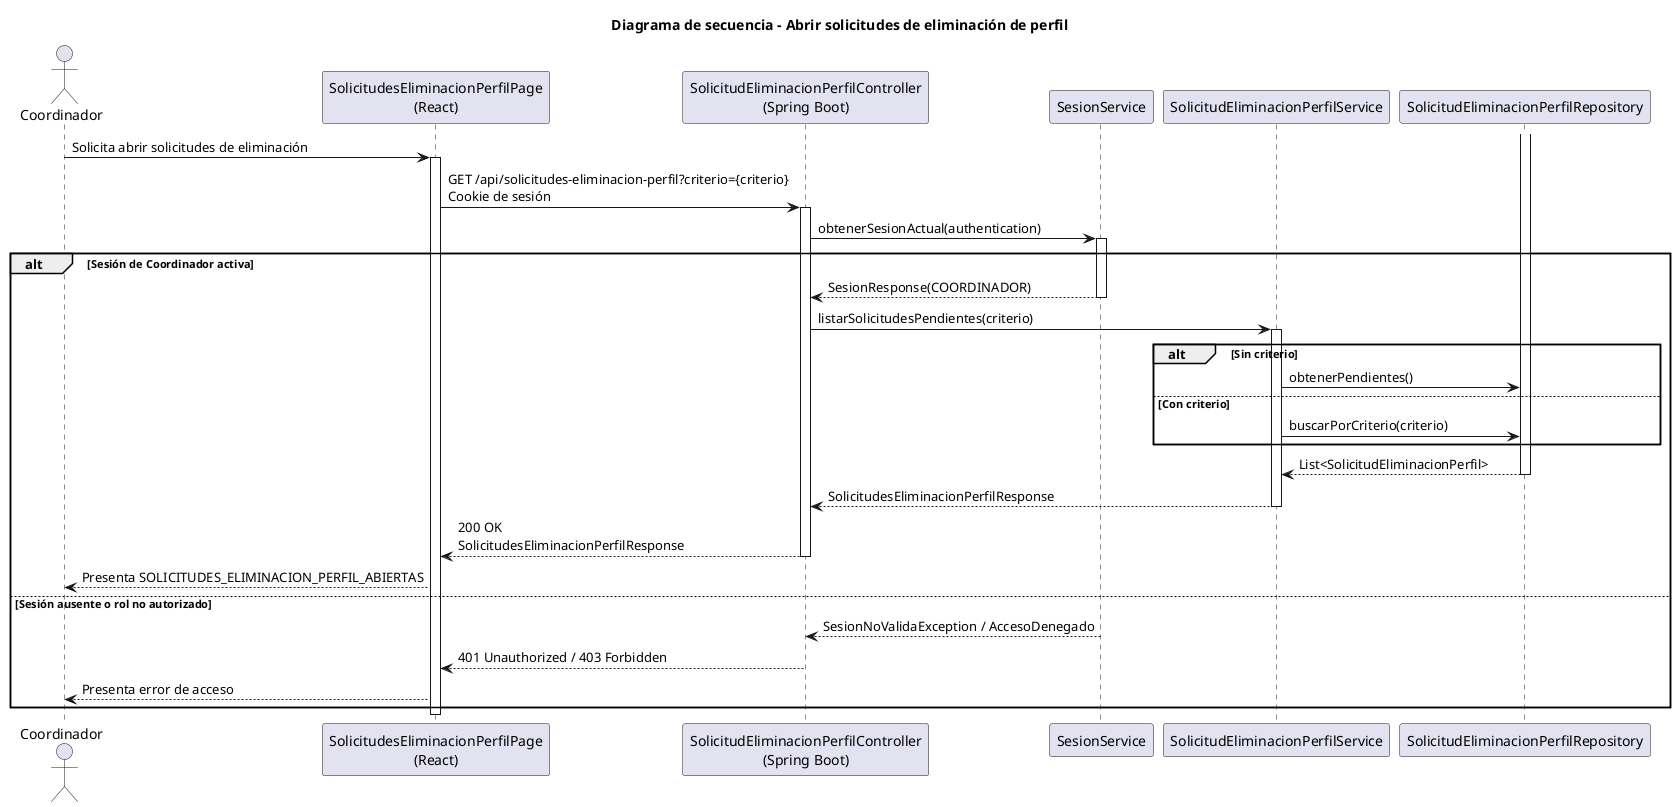
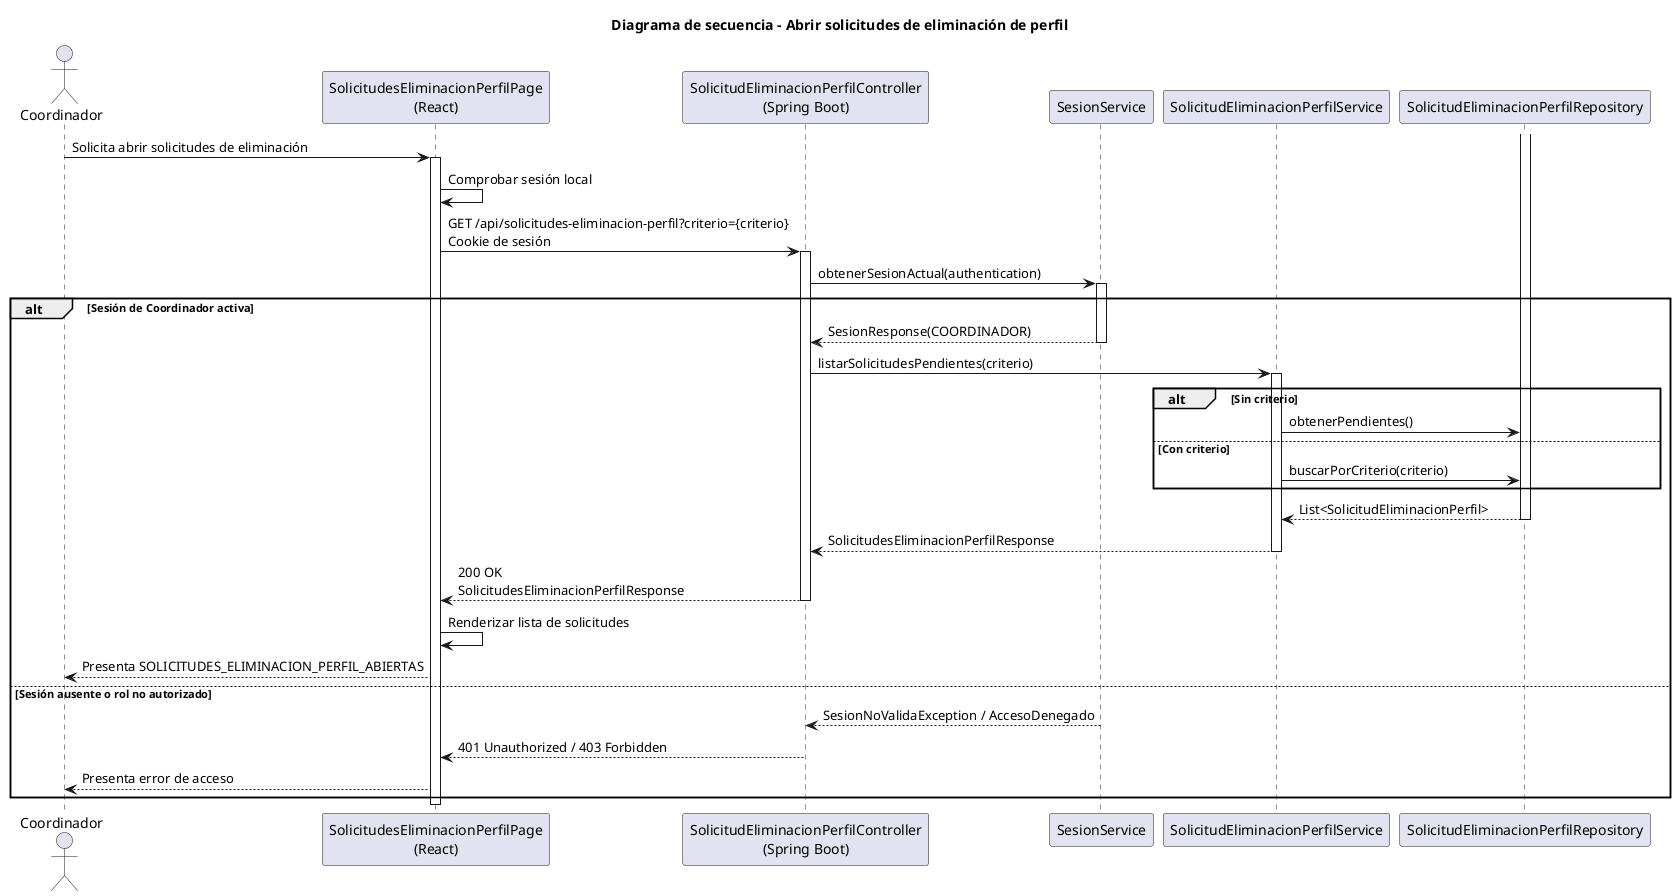
@startuml abrirSolicitudesEliminacionPerfil-coordinador-diseño
title Diagrama de secuencia - Abrir solicitudes de eliminación de perfil

actor Coordinador
participant "SolicitudesEliminacionPerfilPage\n(React)" as Frontend
participant "SolicitudEliminacionPerfilController\n(Spring Boot)" as Api
participant "SesionService" as Sesion
participant "SolicitudEliminacionPerfilService" as SolicitudService
participant "SolicitudEliminacionPerfilRepository" as SolicitudRepository

Coordinador -> Frontend: Solicita abrir solicitudes de eliminación
activate Frontend
+ Frontend -> Frontend: Comprobar sesión local
Frontend -> Api: GET /api/solicitudes-eliminacion-perfil?criterio={criterio}\nCookie de sesión
activate Api
Api -> Sesion: obtenerSesionActual(authentication)
activate Sesion
alt Sesión de Coordinador activa
    Sesion --> Api: SesionResponse(COORDINADOR)
    deactivate Sesion
    Api -> SolicitudService: listarSolicitudesPendientes(criterio)
    activate SolicitudService
    alt Sin criterio
        SolicitudService -> SolicitudRepository: obtenerPendientes()
    else Con criterio
        SolicitudService -> SolicitudRepository: buscarPorCriterio(criterio)
    end
    activate SolicitudRepository
    SolicitudRepository --> SolicitudService: List<SolicitudEliminacionPerfil>
    deactivate SolicitudRepository
    SolicitudService --> Api: SolicitudesEliminacionPerfilResponse
    deactivate SolicitudService
    Api --> Frontend: 200 OK\nSolicitudesEliminacionPerfilResponse
    deactivate Api
+     Frontend -> Frontend: Renderizar lista de solicitudes
    Frontend --> Coordinador: Presenta SOLICITUDES_ELIMINACION_PERFIL_ABIERTAS
else Sesión ausente o rol no autorizado
    Sesion --> Api: SesionNoValidaException / AccesoDenegado
    deactivate Sesion
    Api --> Frontend: 401 Unauthorized / 403 Forbidden
    deactivate Api
    Frontend --> Coordinador: Presenta error de acceso
end
deactivate Frontend
@enduml
